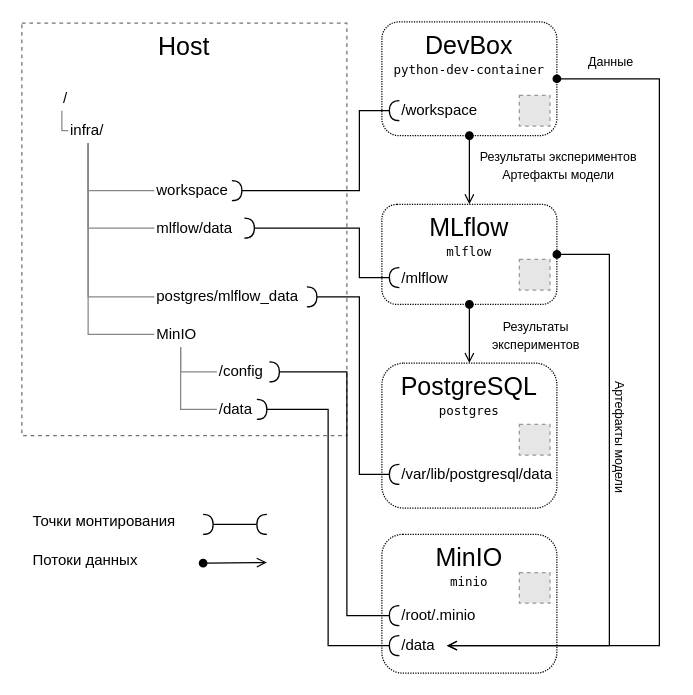
Earlier version of the draw.io diagram docs/src/container architecture diagram.drawio (KorneevRV/DS_template_infrastructure). Source tidied: cells renumbered, new cells numbered last; positions are measured from the earlier drawing's top-left corner, leaving out a move shared by most shapes. Both pictures are drawn from the tidied source at 125%, with x=0, y=0 at pixel (21, 21). Pictures stored in the file or linked from it are replaced by grey dashed boxes.
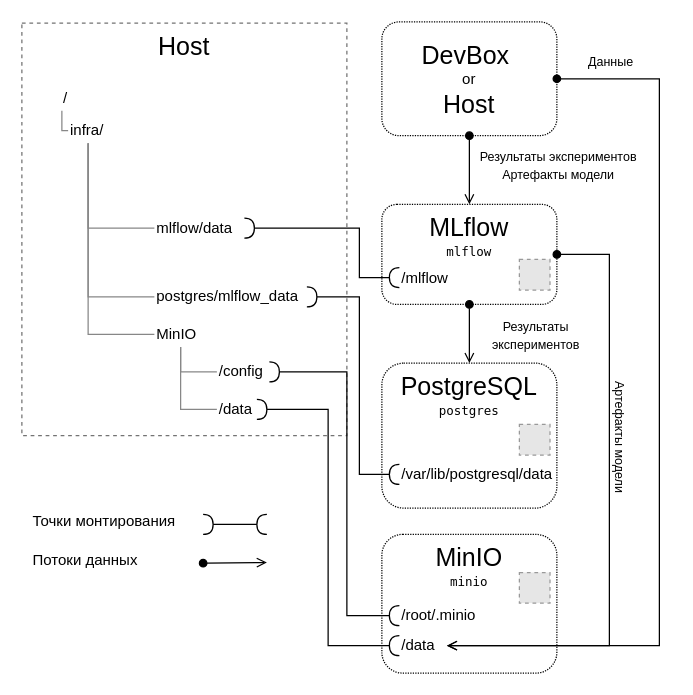
Above is the later version.

Commit message (it also covers changes not shown here):
UPD architecture rework

The change refers to these unchanged cells:
```xml
<mxCell id="26" value="infra/" style="rounded=0;whiteSpace=wrap;html=1;fillColor=none;strokeColor=none;align=left;" parent="1" vertex="1">
  <mxGeometry x="37" y="77" width="32" height="20" as="geometry" />
</mxCell>
```

Diff of the diagram source:
```diff
@@
-    <mxCell id="2" value="&lt;font style=&quot;font-size: 20px;&quot;&gt;DevBox&lt;/font&gt;&lt;div&gt;&lt;font face=&quot;Lucida Console&quot; style=&quot;font-size: 10px;&quot;&gt;python-dev-container&lt;/font&gt;&lt;/div&gt;" style="rounded=1;whiteSpace=wrap;html=1;fillColor=default;dashed=1;dashPattern=1 1;verticalAlign=top;align=center;labelBackgroundColor=default;" parent="1" vertex="1">
+    <mxCell id="2" value="&lt;font style=&quot;font-size: 20px;&quot;&gt;DevBox&amp;nbsp;&lt;/font&gt;&lt;div&gt;or&lt;/div&gt;&lt;div&gt;&lt;font style=&quot;font-size: 20px;&quot;&gt;Host&lt;/font&gt;&lt;/div&gt;" style="rounded=1;whiteSpace=wrap;html=1;fillColor=default;dashed=1;dashPattern=1 1;verticalAlign=middle;align=center;labelBackgroundColor=default;" parent="1" vertex="1">
       <mxGeometry x="288" width="140" height="91" as="geometry" />
     </mxCell>
@@
-    <mxCell id="9" style="rounded=0;jettySize=auto;html=1;exitX=1;exitY=0.5;exitDx=0;exitDy=0;entryX=0;entryY=0.5;entryDx=0;entryDy=0;edgeStyle=elbowEdgeStyle;endArrow=halfCircle;endFill=0;startArrow=halfCircle;startFill=0;" parent="1" edge="1" source="10" target="32">
-      <mxGeometry relative="1" as="geometry">
-        <Array as="points">
-          <mxPoint x="270" y="101" />
-        </Array>
-      </mxGeometry>
-    </mxCell>
-    <mxCell id="10" value="workspace" style="rounded=0;whiteSpace=wrap;html=1;fillColor=none;strokeColor=none;align=left;" parent="1" vertex="1">
-      <mxGeometry x="106" y="125" width="62" height="20" as="geometry" />
-    </mxCell>
@@
-    <mxCell id="25" style="edgeStyle=orthogonalEdgeStyle;rounded=0;jettySize=auto;html=1;exitX=0.5;exitY=1;exitDx=0;exitDy=0;entryX=0;entryY=0.5;entryDx=0;entryDy=0;endArrow=none;endFill=0;strokeColor=#878787;" parent="1" edge="1" source="26" target="10">
-      <mxGeometry relative="1" as="geometry" />
-    </mxCell>
@@
-    <mxCell id="31" style="fillColor=#E6E6E6;strokeColor=#999999;dashed=1;html=1;verticalAlign=top;verticalLabelPosition=bottom;labelBackgroundColor=#ffffff;" parent="1" vertex="1">
-      <mxGeometry x="398" y="58.8" width="24.5" height="24.5" as="geometry" />
-    </mxCell>
-    <mxCell id="32" value="/workspace" style="rounded=0;whiteSpace=wrap;html=1;fillColor=none;strokeColor=none;align=left;" parent="1" vertex="1">
-      <mxGeometry x="302" y="61" width="66" height="20" as="geometry" />
-    </mxCell>
```
